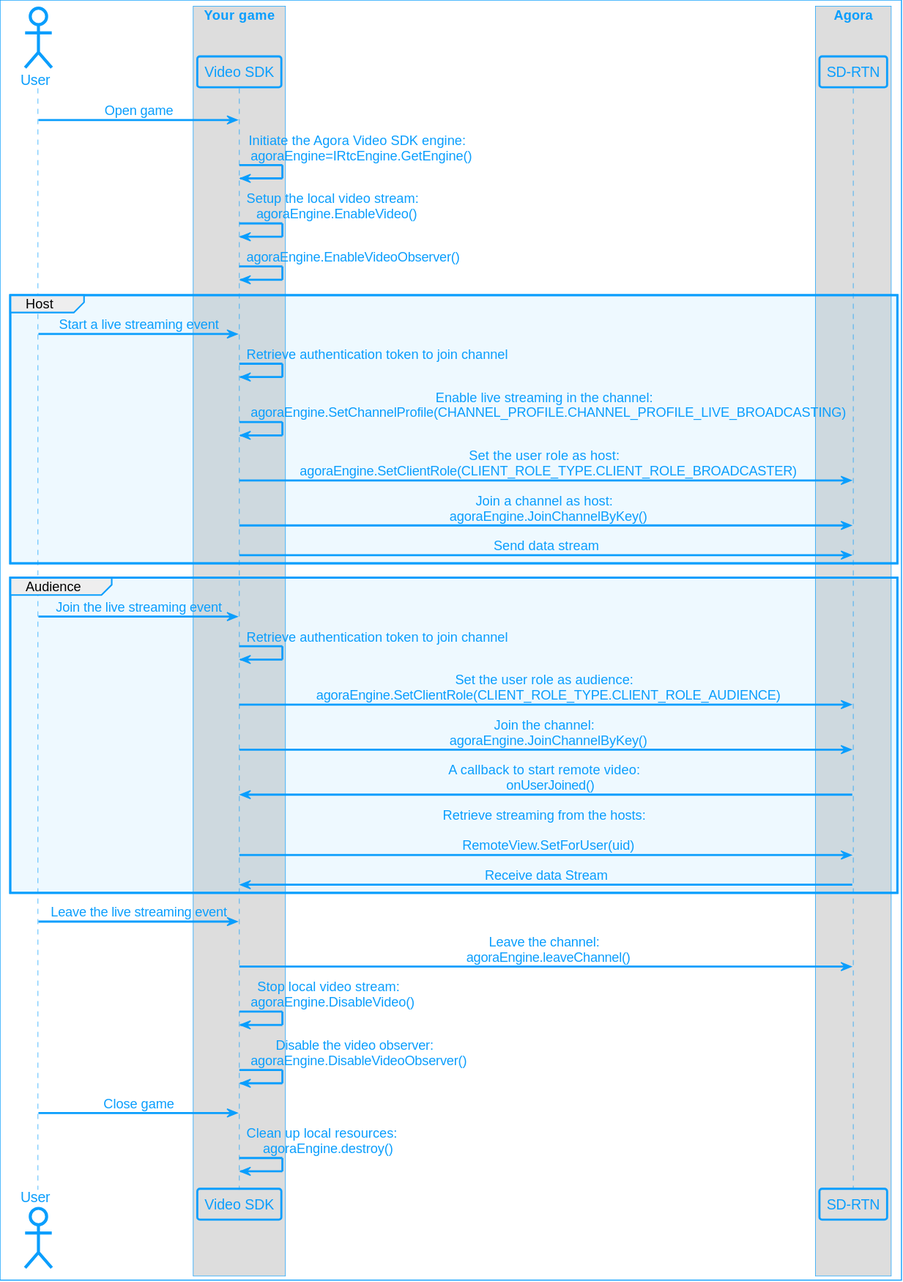
Above: assets/images/interactive-live-streaming/ils-call-logic-unity.svg in AgoraIO/Docs-Source (PlantUML), before the change.
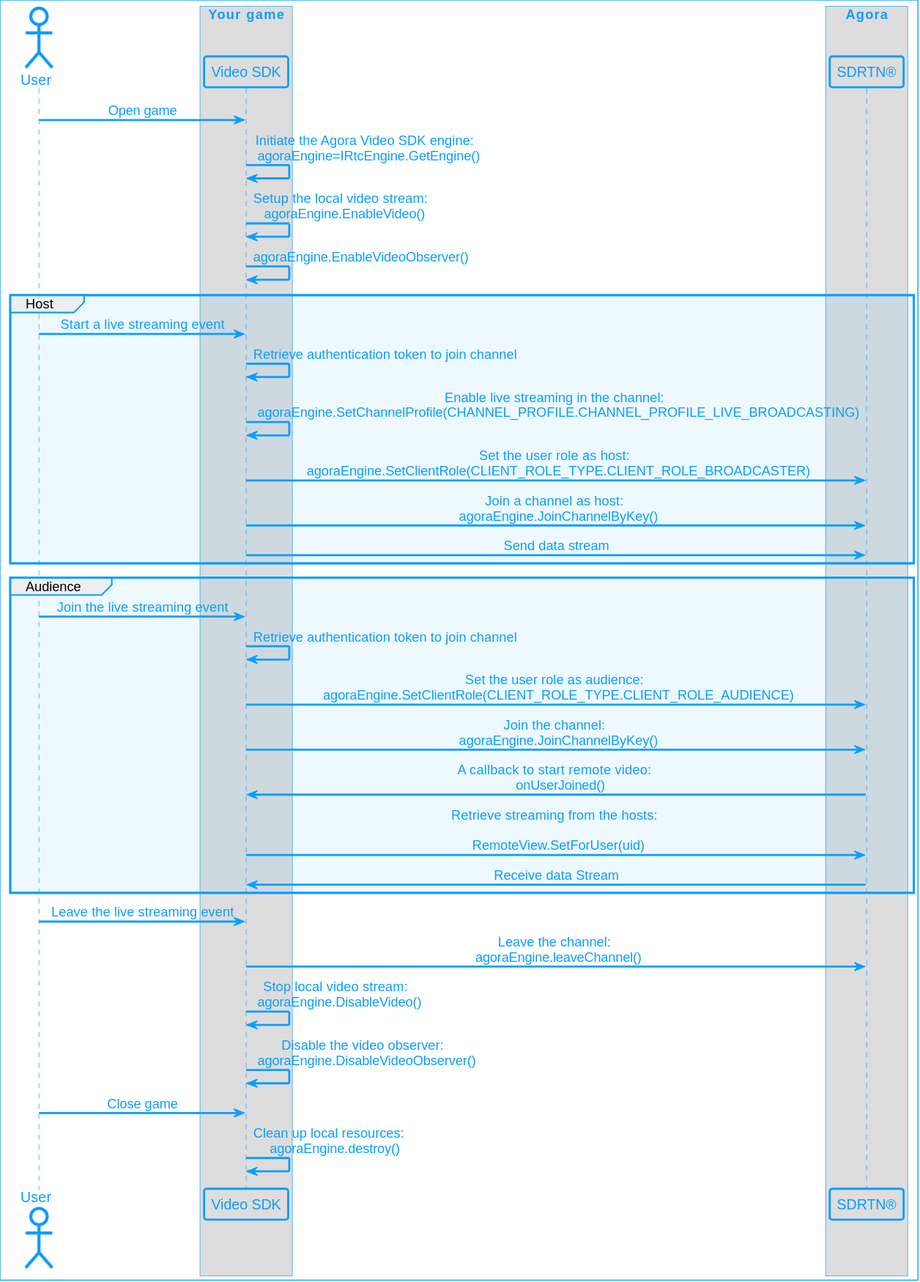
The same diagram one commit later.

The edit, as a diff of the source:
```diff
@@ -1,5 +1,5 @@
 @startuml
-!include agora_skin.iuml
+!include ../video-sdk/agora_skin.iuml
 
 actor "User" as USR
 
@@ -11,7 +11,7 @@
 
 box "Agora"
 
-participant "SD-RTN" as API
+participant "SDRTN®" as API
 
 end box
 
```
